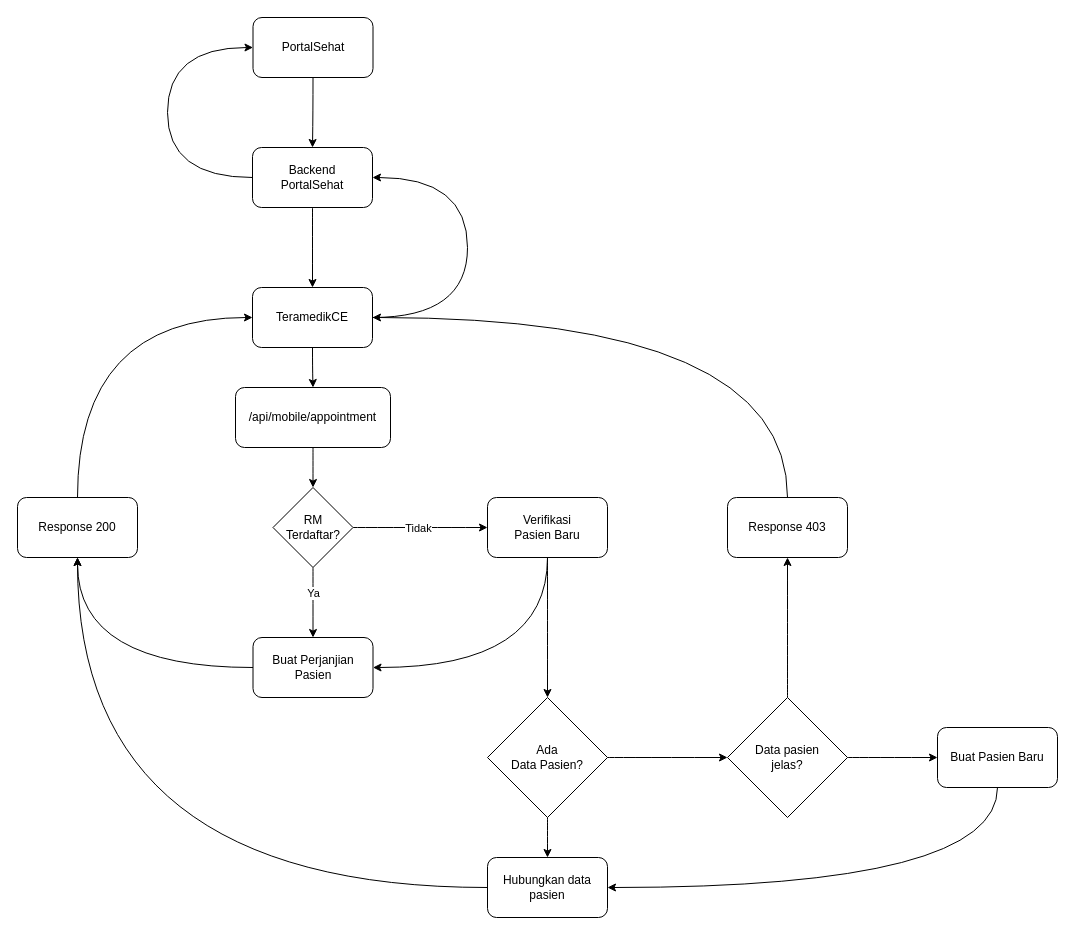
This is Flowchart Appointment from Mobile to CE.drawio from alvinardiansyahmaulana/php_alvinardiansyahmaulana, a draw.io file, before an edit. Source tidied: cells renumbered, new cells numbered last; positions are measured from the earlier drawing's top-left corner, leaving out a move shared by most shapes. Both pictures are drawn from the tidied source at 100%, with x=0, y=0 at pixel (17, 17).
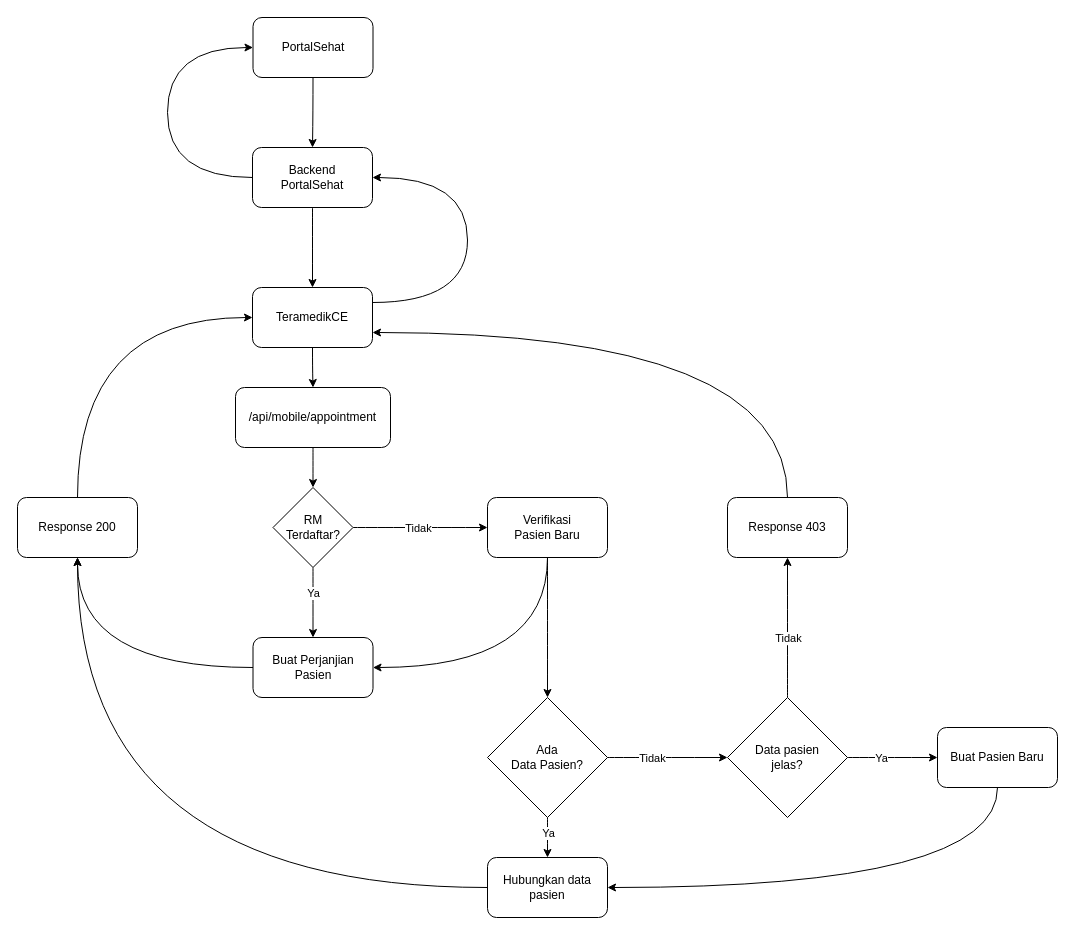
The same diagram, later.

Unchanged cells that the change refers to:
```xml
<mxCell id="6" value="&lt;div&gt;Backend&lt;/div&gt;&lt;div&gt;PortalSehat&lt;br&gt;&lt;/div&gt;" style="rounded=1;whiteSpace=wrap;html=1;" parent="1" vertex="1">
  <mxGeometry x="235" y="130" width="120" height="60" as="geometry" />
</mxCell>
<mxCell id="9" value="TeramedikCE" style="rounded=1;whiteSpace=wrap;html=1;" parent="1" vertex="1">
  <mxGeometry x="235" y="270" width="120" height="60" as="geometry" />
</mxCell>
<mxCell id="23" style="edgeStyle=orthogonalEdgeStyle;curved=1;jettySize=auto;html=1;exitX=1;exitY=0.5;exitDx=0;exitDy=0;" parent="1" edge="1" source="24" target="33">
  <mxGeometry relative="1" as="geometry" />
</mxCell>
<mxCell id="30" value="Response 403" style="rounded=1;whiteSpace=wrap;html=1;" parent="1" vertex="1">
  <mxGeometry x="710" y="480" width="120" height="60" as="geometry" />
</mxCell>
<mxCell id="31" style="edgeStyle=orthogonalEdgeStyle;curved=1;jettySize=auto;html=1;exitX=0.5;exitY=0;exitDx=0;exitDy=0;" parent="1" edge="1" source="33" target="30">
  <mxGeometry relative="1" as="geometry" />
</mxCell>
<mxCell id="32" style="edgeStyle=orthogonalEdgeStyle;curved=1;jettySize=auto;html=1;exitX=1;exitY=0.5;exitDx=0;exitDy=0;entryX=0;entryY=0.5;entryDx=0;entryDy=0;" parent="1" edge="1" source="33" target="35">
  <mxGeometry relative="1" as="geometry" />
</mxCell>
```

Change to the diagram source:
```diff
@@
-    <mxCell id="8" style="edgeStyle=orthogonalEdgeStyle;curved=1;jettySize=auto;html=1;exitX=1;exitY=0.5;exitDx=0;exitDy=0;entryX=1;entryY=0.5;entryDx=0;entryDy=0;" parent="1" edge="1" source="9" target="6">
+    <mxCell id="8" style="edgeStyle=orthogonalEdgeStyle;curved=1;jettySize=auto;html=1;exitX=1;exitY=0.25;exitDx=0;exitDy=0;entryX=1;entryY=0.5;entryDx=0;entryDy=0;" parent="1" edge="1" source="9" target="6">
       <mxGeometry relative="1" as="geometry">
         <Array as="points">
-          <mxPoint x="450" y="300" />
+          <mxPoint x="450" y="285" />
           <mxPoint x="450" y="160" />
         </Array>
       </mxGeometry>
     </mxCell>
@@
+    <mxCell id="36" value="Tidak" style="edgeLabel;html=1;align=center;verticalAlign=middle;" parent="23" vertex="1">
+      <mxGeometry x="-0.27" y="-1" relative="1" as="geometry">
+        <mxPoint y="-1" as="offset" />
+      </mxGeometry>
+    </mxCell>
@@
-    <mxCell id="29" style="edgeStyle=orthogonalEdgeStyle;curved=1;jettySize=auto;html=1;exitX=0.5;exitY=0;exitDx=0;exitDy=0;entryX=1;entryY=0.5;entryDx=0;entryDy=0;" parent="1" edge="1" source="30" target="9">
+    <mxCell id="29" style="edgeStyle=orthogonalEdgeStyle;curved=1;jettySize=auto;html=1;exitX=0.5;exitY=0;exitDx=0;exitDy=0;entryX=1;entryY=0.75;entryDx=0;entryDy=0;" parent="1" edge="1" source="30" target="9">
       <mxGeometry relative="1" as="geometry" />
     </mxCell>
@@
+    <mxCell id="37" value="Tidak" style="edgeLabel;html=1;align=center;verticalAlign=middle;" parent="31" vertex="1">
+      <mxGeometry x="-0.14" y="1" relative="1" as="geometry">
+        <mxPoint x="1" as="offset" />
+      </mxGeometry>
+    </mxCell>
@@
+    <mxCell id="38" value="&lt;div&gt;Ya&lt;/div&gt;" style="edgeLabel;html=1;align=center;verticalAlign=middle;" parent="32" vertex="1">
+      <mxGeometry x="-0.27" y="-5" relative="1" as="geometry">
+        <mxPoint y="-5" as="offset" />
+      </mxGeometry>
+    </mxCell>
@@
+    <mxCell id="39" value="Ya" style="edgeLabel;html=1;align=center;verticalAlign=middle;" parent="1" vertex="1">
+      <mxGeometry x="567" y="800" as="geometry">
+        <mxPoint x="-37" y="15" as="offset" />
+      </mxGeometry>
+    </mxCell>
```
